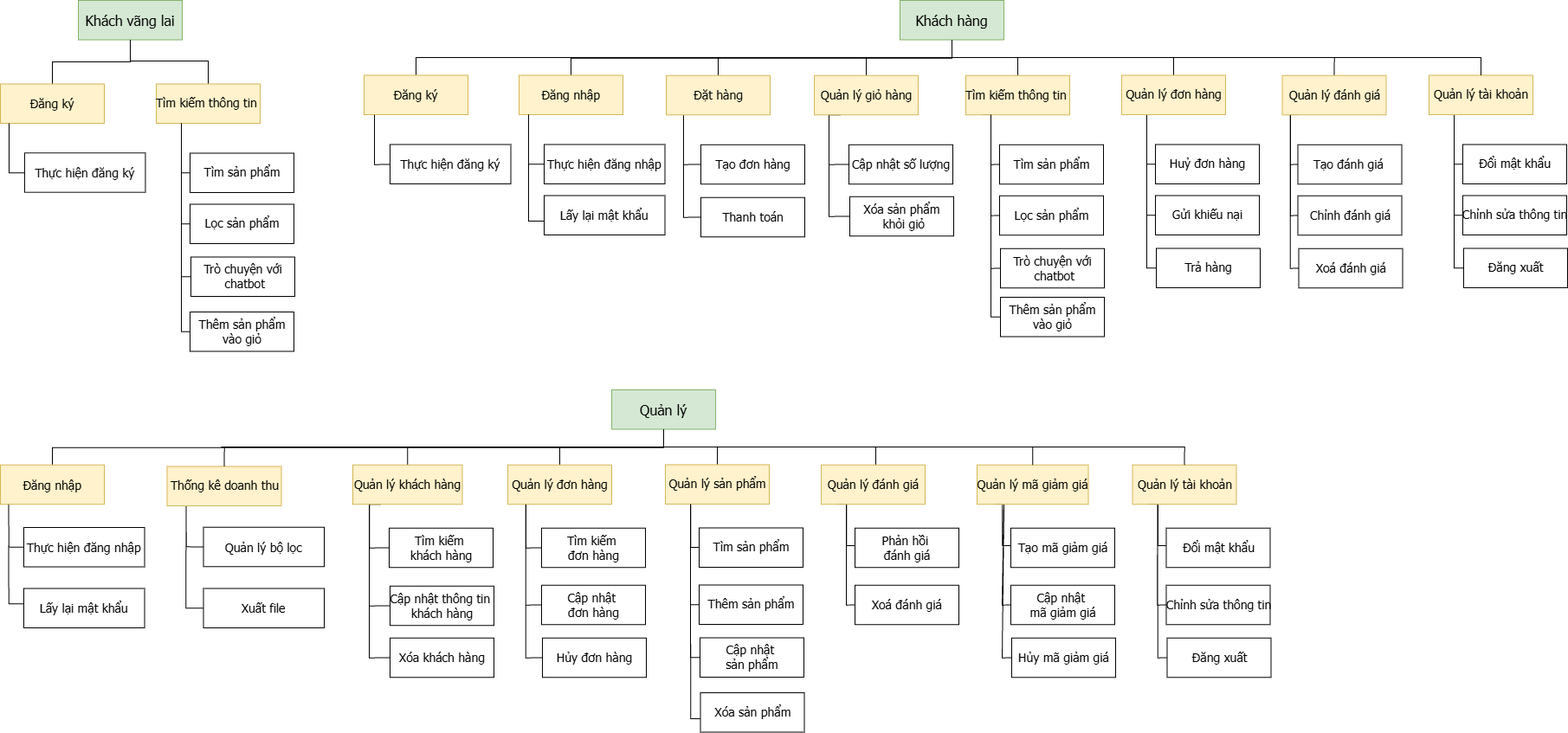
The draw.io diagram Doc/BFD.png in linhle123578/N2_Phat_Trien_Web, before a commit. Source tidied: cells renumbered, new cells last; positions are measured from the earlier drawing's top-left corner, leaving out a move shared by most shapes.
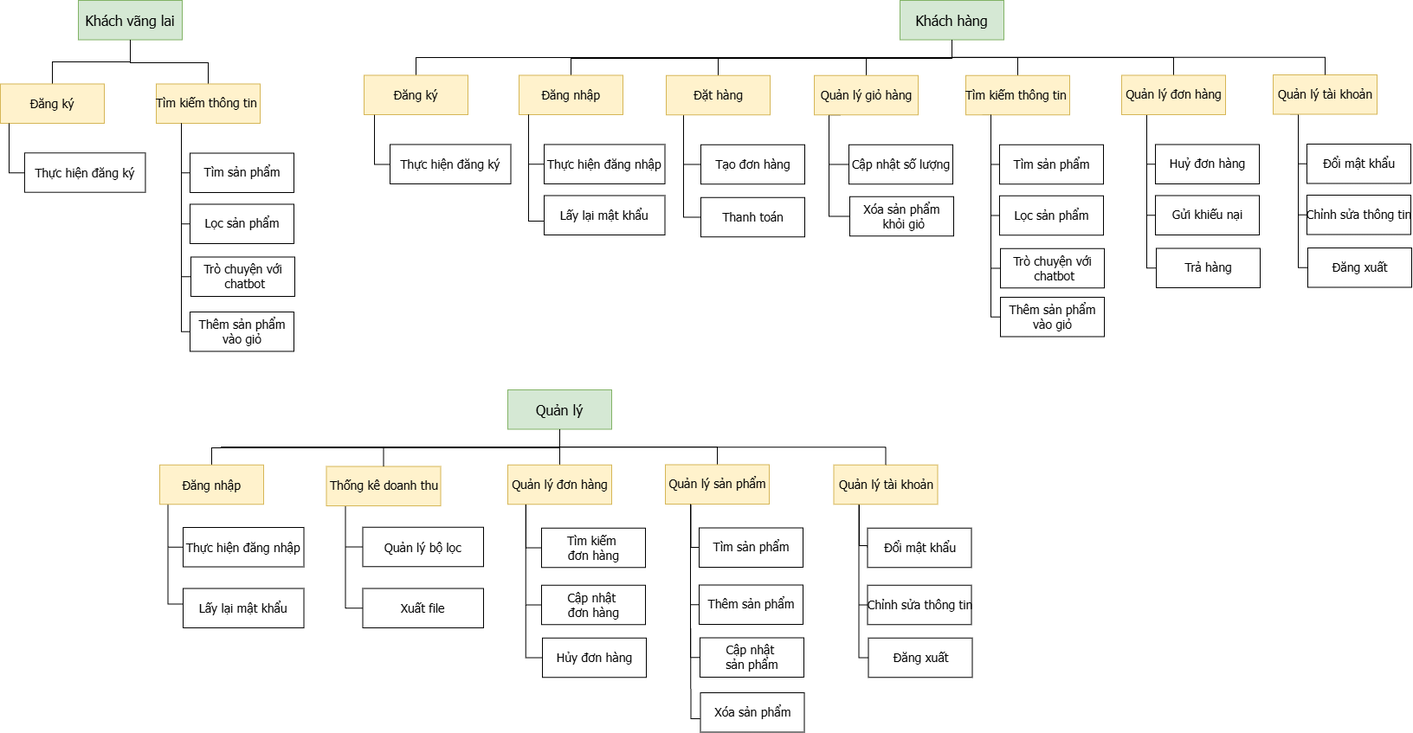
The same file after the commit.

Commit message:
Chỉnh BFD

Change to the diagram source:
```diff
@@ -19,5 +19,2 @@
     </mxCell>
-    <mxCell id="7" style="edgeStyle=orthogonalEdgeStyle;rounded=0;jettySize=auto;html=1;exitX=0.5;exitY=1;exitDx=0;exitDy=0;endArrow=none;endFill=0;entryX=0.5;entryY=0;entryDx=0;entryDy=0;" parent="1" edge="1" source="8" target="42">
-      <mxGeometry relative="1" as="geometry" />
-    </mxCell>
     <mxCell id="8" value="Khách hàng" style="rounded=0;fontStyle=0;fontFamily=Tahoma;fontSize=16;fillColor=#d5e8d4;strokeColor=#82b366;" parent="1" vertex="1">
@@ -156,36 +153,2 @@
     </mxCell>
-    <mxCell id="40" style="edgeStyle=orthogonalEdgeStyle;rounded=0;jettySize=auto;html=1;exitX=0.158;exitY=0.995;exitDx=0;exitDy=0;entryX=0;entryY=0.5;entryDx=0;entryDy=0;exitPerimeter=0;endArrow=none;endFill=0;" parent="1" edge="1" source="42" target="43">
-      <mxGeometry relative="1" as="geometry">
-        <Array as="points">
-          <mxPoint x="1490" y="132" />
-          <mxPoint x="1490" y="190" />
-        </Array>
-      </mxGeometry>
-    </mxCell>
-    <mxCell id="41" style="edgeStyle=orthogonalEdgeStyle;rounded=0;jettySize=auto;html=1;exitX=0.078;exitY=1.013;exitDx=0;exitDy=0;entryX=0;entryY=0.5;entryDx=0;entryDy=0;exitPerimeter=0;endArrow=none;endFill=0;" parent="1" edge="1" source="42" target="44">
-      <mxGeometry relative="1" as="geometry">
-        <Array as="points">
-          <mxPoint x="1490" y="248" />
-        </Array>
-      </mxGeometry>
-    </mxCell>
-    <mxCell id="42" value="Quản lý đánh giá" style="rounded=0;fontStyle=0;fontFamily=Tahoma;fontSize=14;verticalAlign=middle;html=1;fillColor=#fff2cc;strokeColor=#d6b656;" parent="1" vertex="1">
-      <mxGeometry x="1480.5" y="86.8" width="120" height="45.5" as="geometry" />
-    </mxCell>
-    <mxCell id="43" value="Tạo đánh giá&amp;nbsp;" style="rounded=0;fontStyle=0;fontFamily=Tahoma;fontSize=14;verticalAlign=middle;html=1;" parent="1" vertex="1">
-      <mxGeometry x="1498.5" y="166.8" width="120" height="45.5" as="geometry" />
-    </mxCell>
-    <mxCell id="44" value="Chỉnh đánh giá" style="rounded=0;fontStyle=0;fontFamily=Tahoma;fontSize=14;verticalAlign=middle;html=1;" parent="1" vertex="1">
-      <mxGeometry x="1498.5" y="225.8" width="120" height="45.5" as="geometry" />
-    </mxCell>
-    <mxCell id="45" style="rounded=0;jettySize=auto;html=1;entryX=0;entryY=0.5;entryDx=0;entryDy=0;endArrow=none;endFill=0;edgeStyle=orthogonalEdgeStyle;exitX=0.077;exitY=1.008;exitDx=0;exitDy=0;exitPerimeter=0;" parent="1" edge="1" source="42" target="46">
-      <mxGeometry relative="1" as="geometry">
-        <Array as="points">
-          <mxPoint x="1490" y="310" />
-        </Array>
-      </mxGeometry>
-    </mxCell>
-    <mxCell id="46" value="Xoá đánh giá" style="rounded=0;fontStyle=0;fontFamily=Tahoma;fontSize=14;verticalAlign=middle;html=1;" parent="1" vertex="1">
-      <mxGeometry x="1499.5" y="286.8" width="120" height="45.5" as="geometry" />
-    </mxCell>
     <mxCell id="47" style="edgeStyle=orthogonalEdgeStyle;rounded=0;jettySize=auto;html=1;exitX=0.158;exitY=0.995;exitDx=0;exitDy=0;entryX=0;entryY=0.5;entryDx=0;entryDy=0;exitPerimeter=0;endArrow=none;endFill=0;" parent="1" edge="1" source="49" target="50">
@@ -193,4 +156,4 @@
         <Array as="points">
-          <mxPoint x="1679" y="131.8" />
-          <mxPoint x="1679" y="188.8" />
+          <mxPoint x="1499" y="131.2" />
+          <mxPoint x="1499" y="188.2" />
         </Array>
@@ -201,3 +164,3 @@
         <Array as="points">
-          <mxPoint x="1679" y="248.8" />
+          <mxPoint x="1499" y="248.2" />
         </Array>
@@ -206,9 +169,9 @@
     <mxCell id="49" value="Quản lý tài khoản" style="rounded=0;fontStyle=0;fontFamily=Tahoma;fontSize=14;verticalAlign=middle;html=1;fillColor=#fff2cc;strokeColor=#d6b656;" parent="1" vertex="1">
-      <mxGeometry x="1650" y="86.5" width="120" height="45.5" as="geometry" />
+      <mxGeometry x="1470" y="86" width="120" height="45.5" as="geometry" />
     </mxCell>
     <mxCell id="50" value="Đổi mật khẩu" style="rounded=0;fontStyle=0;fontFamily=Tahoma;fontSize=14;verticalAlign=middle;html=1;" parent="1" vertex="1">
-      <mxGeometry x="1689" y="166.5" width="120" height="45.5" as="geometry" />
+      <mxGeometry x="1509" y="166" width="120" height="45.5" as="geometry" />
     </mxCell>
     <mxCell id="51" value="Chỉnh sửa thông tin" style="rounded=0;fontStyle=0;fontFamily=Tahoma;fontSize=14;verticalAlign=middle;html=1;" parent="1" vertex="1">
-      <mxGeometry x="1689" y="225.5" width="120" height="45.5" as="geometry" />
+      <mxGeometry x="1509" y="225" width="120" height="45.5" as="geometry" />
     </mxCell>
@@ -217,3 +180,3 @@
         <Array as="points">
-          <mxPoint x="1679" y="309.8" />
+          <mxPoint x="1499" y="309.2" />
         </Array>
@@ -222,3 +185,3 @@
     <mxCell id="53" value="Đăng xuất" style="rounded=0;fontStyle=0;fontFamily=Tahoma;fontSize=14;verticalAlign=middle;html=1;" parent="1" vertex="1">
-      <mxGeometry x="1690" y="286.5" width="120" height="45.5" as="geometry" />
+      <mxGeometry x="1510" y="286" width="120" height="45.5" as="geometry" />
     </mxCell>
@@ -227,5 +190,2 @@
     </mxCell>
-    <mxCell id="55" style="edgeStyle=orthogonalEdgeStyle;rounded=0;jettySize=auto;html=1;exitX=0.5;exitY=1;exitDx=0;exitDy=0;entryX=0.5;entryY=0;entryDx=0;entryDy=0;endArrow=none;endFill=0;" parent="1" edge="1" source="59" target="70">
-      <mxGeometry relative="1" as="geometry" />
-    </mxCell>
     <mxCell id="56" style="edgeStyle=orthogonalEdgeStyle;rounded=0;jettySize=auto;html=1;exitX=0.5;exitY=1;exitDx=0;exitDy=0;entryX=0.5;entryY=0;entryDx=0;entryDy=0;endArrow=none;endFill=0;" parent="1" edge="1" source="59" target="76">
@@ -236,7 +196,4 @@
     </mxCell>
-    <mxCell id="58" style="edgeStyle=orthogonalEdgeStyle;rounded=0;jettySize=auto;html=1;exitX=0.5;exitY=1;exitDx=0;exitDy=0;endArrow=none;endFill=0;entryX=0.524;entryY=0.005;entryDx=0;entryDy=0;entryPerimeter=0;" parent="1" edge="1" source="59" target="90">
-      <mxGeometry relative="1" as="geometry" />
-    </mxCell>
     <mxCell id="59" value="Quản lý" style="rounded=0;fontStyle=0;fontFamily=Tahoma;fontSize=16;fillColor=#d5e8d4;strokeColor=#82b366;" parent="1" vertex="1">
-      <mxGeometry x="706" y="450" width="120" height="45.5" as="geometry" />
+      <mxGeometry x="586" y="450" width="120" height="45.5" as="geometry" />
     </mxCell>
@@ -247,5 +204,5 @@
       <mxGeometry relative="1" as="geometry">
-        <mxPoint x="9.6" y="574.3" as="sourcePoint" />
+        <mxPoint x="193.6" y="574.3" as="sourcePoint" />
         <Array as="points">
-          <mxPoint x="10" y="632" />
+          <mxPoint x="194" y="632" />
         </Array>
@@ -254,6 +211,6 @@
     <mxCell id="62" value="Đăng nhập" style="rounded=0;fontStyle=0;fontFamily=Tahoma;fontSize=14;fillColor=#fff2cc;strokeColor=#d6b656;" parent="1" vertex="1">
-      <mxGeometry y="536.8" width="120" height="45.5" as="geometry" />
+      <mxGeometry x="184" y="536.8" width="120" height="45.5" as="geometry" />
     </mxCell>
     <mxCell id="63" value="Thực hiện đăng nhập" style="rounded=0;fontStyle=0;fontFamily=Tahoma;fontSize=14;" parent="1" vertex="1">
-      <mxGeometry x="27" y="609" width="139.5" height="45.5" as="geometry" />
+      <mxGeometry x="211" y="609" width="139.5" height="45.5" as="geometry" />
     </mxCell>
@@ -266,43 +223,4 @@
     <mxCell id="66" value="Thống kê doanh thu" style="rounded=0;fontStyle=0;fontFamily=Tahoma;fontSize=14;verticalAlign=middle;html=1;fillColor=#fff2cc;strokeColor=#d6b656;" parent="1" vertex="1">
-      <mxGeometry x="192.5" y="538.5" width="132" height="45.5" as="geometry" />
+      <mxGeometry x="376.5" y="538.5" width="132" height="45.5" as="geometry" />
     </mxCell>
-    <mxCell id="67" style="edgeStyle=orthogonalEdgeStyle;rounded=0;jettySize=auto;html=1;exitX=0.153;exitY=1.004;exitDx=0;exitDy=0;entryX=0;entryY=0.5;entryDx=0;entryDy=0;exitPerimeter=0;endArrow=none;endFill=0;" parent="1" edge="1" source="70">
-      <mxGeometry relative="1" as="geometry">
-        <mxPoint x="449" y="632.5" as="targetPoint" />
-        <Array as="points">
-          <mxPoint x="426.5" y="582" />
-          <mxPoint x="426.5" y="633" />
-        </Array>
-      </mxGeometry>
-    </mxCell>
-    <mxCell id="68" style="edgeStyle=orthogonalEdgeStyle;rounded=0;jettySize=auto;html=1;exitX=0.167;exitY=0.999;exitDx=0;exitDy=0;entryX=0;entryY=0.5;entryDx=0;entryDy=0;exitPerimeter=0;endArrow=none;endFill=0;" parent="1" edge="1" target="72">
-      <mxGeometry relative="1" as="geometry">
-        <mxPoint x="439" y="582.2" as="sourcePoint" />
-        <Array as="points">
-          <mxPoint x="426" y="582" />
-          <mxPoint x="426" y="699" />
-        </Array>
-      </mxGeometry>
-    </mxCell>
-    <mxCell id="69" style="edgeStyle=orthogonalEdgeStyle;rounded=0;jettySize=auto;html=1;exitX=0.167;exitY=0.995;exitDx=0;exitDy=0;entryX=0;entryY=0.5;entryDx=0;entryDy=0;endArrow=none;endFill=0;exitPerimeter=0;" parent="1" edge="1" target="73">
-      <mxGeometry relative="1" as="geometry">
-        <mxPoint x="439" y="582" as="sourcePoint" />
-        <Array as="points">
-          <mxPoint x="426" y="582" />
-          <mxPoint x="426" y="759" />
-        </Array>
-      </mxGeometry>
-    </mxCell>
-    <mxCell id="70" value="Quản lý khách hàng" style="rounded=0;fontStyle=0;fontFamily=Tahoma;fontSize=14;verticalAlign=middle;html=1;fillColor=#fff2cc;strokeColor=#d6b656;" parent="1" vertex="1">
-      <mxGeometry x="407" y="536.8" width="126.5" height="45.5" as="geometry" />
-    </mxCell>
-    <mxCell id="71" value="&lt;div&gt;Tìm kiếm&amp;nbsp;&lt;/div&gt;&lt;div&gt;khách hàng&lt;/div&gt;" style="rounded=0;fontStyle=0;fontFamily=Tahoma;fontSize=14;verticalAlign=middle;html=1;" parent="1" vertex="1">
-      <mxGeometry x="449" y="609.8" width="120" height="45.5" as="geometry" />
-    </mxCell>
-    <mxCell id="72" value="Cập nhật thông tin&amp;nbsp;&lt;div&gt;khách hàng&lt;/div&gt;" style="rounded=0;fontStyle=0;fontFamily=Tahoma;fontSize=14;verticalAlign=middle;html=1;" parent="1" vertex="1">
-      <mxGeometry x="450" y="676.8" width="120" height="45.5" as="geometry" />
-    </mxCell>
-    <mxCell id="73" value="Xóa khách hàng" style="rounded=0;fontStyle=0;fontFamily=Tahoma;fontSize=14;verticalAlign=middle;html=1;" parent="1" vertex="1">
-      <mxGeometry x="450" y="736.8" width="120" height="45.5" as="geometry" />
-    </mxCell>
     <mxCell id="74" style="edgeStyle=orthogonalEdgeStyle;rounded=0;orthogonalLoop=1;jettySize=auto;html=1;exitX=0.158;exitY=0.995;exitDx=0;exitDy=0;entryX=0;entryY=0.5;entryDx=0;entryDy=0;exitPerimeter=0;endArrow=none;endFill=0;" parent="1" edge="1">
@@ -377,13 +295,5 @@
     </mxCell>
-    <mxCell id="88" style="edgeStyle=orthogonalEdgeStyle;rounded=0;jettySize=auto;html=1;exitX=0.158;exitY=0.995;exitDx=0;exitDy=0;entryX=0;entryY=0.5;entryDx=0;entryDy=0;exitPerimeter=0;endArrow=none;endFill=0;" parent="1" edge="1" source="90" target="91">
-      <mxGeometry relative="1" as="geometry">
-        <Array as="points">
-          <mxPoint x="977.5" y="582" />
-          <mxPoint x="977.5" y="630" />
-          <mxPoint x="987.5" y="630" />
-        </Array>
-      </mxGeometry>
-    </mxCell>
-    <mxCell id="89" style="edgeStyle=orthogonalEdgeStyle;rounded=0;jettySize=auto;html=1;exitX=0.241;exitY=1.005;exitDx=0;exitDy=0;entryX=0;entryY=0.5;entryDx=0;entryDy=0;exitPerimeter=0;endArrow=none;endFill=0;" parent="1" edge="1" source="90" target="92">
+    <mxCell id="89" style="edgeStyle=orthogonalEdgeStyle;rounded=0;orthogonalLoop=1;jettySize=auto;html=1;exitX=0.241;exitY=1.005;exitDx=0;exitDy=0;entryX=0;entryY=0.5;entryDx=0;entryDy=0;exitPerimeter=0;endArrow=none;endFill=0;" parent="1" edge="1">
       <mxGeometry relative="1" as="geometry">
+        <mxPoint x="976.9" y="582.5" as="sourcePoint" />
         <Array as="points">
@@ -393,54 +303,7 @@
     </mxCell>
-    <mxCell id="90" value="Quản lý đánh giá" style="rounded=0;fontStyle=0;fontFamily=Tahoma;fontSize=14;verticalAlign=middle;html=1;fillColor=#fff2cc;strokeColor=#d6b656;" parent="1" vertex="1">
-      <mxGeometry x="948" y="536.8" width="120" height="45.5" as="geometry" />
-    </mxCell>
-    <mxCell id="91" value="&lt;div&gt;Phản hồi&amp;nbsp;&lt;/div&gt;&lt;div&gt;đánh giá&lt;/div&gt;" style="rounded=0;fontStyle=0;fontFamily=Tahoma;fontSize=14;verticalAlign=middle;html=1;" parent="1" vertex="1">
-      <mxGeometry x="987" y="609.8" width="120" height="45.5" as="geometry" />
-    </mxCell>
-    <mxCell id="92" value="Xoá đánh giá" style="rounded=0;fontStyle=0;fontFamily=Tahoma;fontSize=14;verticalAlign=middle;html=1;" parent="1" vertex="1">
-      <mxGeometry x="987" y="675.8" width="120" height="45.5" as="geometry" />
-    </mxCell>
-    <mxCell id="93" style="edgeStyle=orthogonalEdgeStyle;rounded=0;jettySize=auto;html=1;exitX=0.158;exitY=0.995;exitDx=0;exitDy=0;entryX=0;entryY=0.5;entryDx=0;entryDy=0;exitPerimeter=0;endArrow=none;endFill=0;" parent="1" edge="1" source="95" target="96">
-      <mxGeometry relative="1" as="geometry">
-        <Array as="points">
-          <mxPoint x="1157.5" y="582" />
-          <mxPoint x="1157.5" y="630" />
-          <mxPoint x="1167.5" y="630" />
-        </Array>
-      </mxGeometry>
-    </mxCell>
-    <mxCell id="94" style="edgeStyle=orthogonalEdgeStyle;rounded=0;jettySize=auto;html=1;exitX=0.241;exitY=1.005;exitDx=0;exitDy=0;entryX=0;entryY=0.5;entryDx=0;entryDy=0;exitPerimeter=0;endArrow=none;endFill=0;" parent="1" edge="1" source="95" target="97">
-      <mxGeometry relative="1" as="geometry">
-        <Array as="points">
-          <mxPoint x="1157" y="699" />
-        </Array>
-      </mxGeometry>
-    </mxCell>
-    <mxCell id="95" value="Quản lý mã giảm giá" style="rounded=0;fontStyle=0;fontFamily=Tahoma;fontSize=14;verticalAlign=middle;html=1;fillColor=#fff2cc;strokeColor=#d6b656;" parent="1" vertex="1">
-      <mxGeometry x="1128" y="536.8" width="128.5" height="45.5" as="geometry" />
-    </mxCell>
-    <mxCell id="96" value="Tạo mã giảm giá" style="rounded=0;fontStyle=0;fontFamily=Tahoma;fontSize=14;verticalAlign=middle;html=1;" parent="1" vertex="1">
-      <mxGeometry x="1167" y="609.8" width="120" height="45.5" as="geometry" />
-    </mxCell>
-    <mxCell id="97" value="&lt;div&gt;Cập nhật&amp;nbsp;&lt;/div&gt;&lt;div&gt;mã giảm giá&lt;/div&gt;" style="rounded=0;fontStyle=0;fontFamily=Tahoma;fontSize=14;verticalAlign=middle;html=1;" parent="1" vertex="1">
-      <mxGeometry x="1167" y="675.8" width="120" height="45.5" as="geometry" />
-    </mxCell>
-    <mxCell id="98" style="rounded=0;jettySize=auto;html=1;entryX=0;entryY=0.5;entryDx=0;entryDy=0;endArrow=none;endFill=0;edgeStyle=orthogonalEdgeStyle;exitX=0.242;exitY=1.021;exitDx=0;exitDy=0;exitPerimeter=0;" parent="1" edge="1" source="95" target="99">
-      <mxGeometry relative="1" as="geometry">
-        <Array as="points">
-          <mxPoint x="1157" y="760" />
-        </Array>
-      </mxGeometry>
-    </mxCell>
-    <mxCell id="99" value="Hủy mã giảm giá" style="rounded=0;fontStyle=0;fontFamily=Tahoma;fontSize=14;verticalAlign=middle;html=1;" parent="1" vertex="1">
-      <mxGeometry x="1168" y="736.8" width="120" height="45.5" as="geometry" />
-    </mxCell>
-    <mxCell id="100" style="edgeStyle=orthogonalEdgeStyle;rounded=0;jettySize=auto;html=1;exitX=0.5;exitY=1;exitDx=0;exitDy=0;endArrow=none;endFill=0;entryX=0.5;entryY=0;entryDx=0;entryDy=0;" parent="1" edge="1" source="59" target="95">
-      <mxGeometry relative="1" as="geometry" />
-    </mxCell>
     <mxCell id="101" style="edgeStyle=orthogonalEdgeStyle;rounded=0;jettySize=auto;html=1;entryX=0;entryY=0.5;entryDx=0;entryDy=0;endArrow=none;endFill=0;" parent="1" edge="1" target="102">
       <mxGeometry relative="1" as="geometry">
-        <mxPoint x="9.5" y="630" as="sourcePoint" />
+        <mxPoint x="193.5" y="630" as="sourcePoint" />
         <Array as="points">
-          <mxPoint x="10" y="697.5" />
+          <mxPoint x="194" y="697.5" />
         </Array>
@@ -449,9 +312,9 @@
     <mxCell id="102" value="Lấy lại mật khẩu" style="rounded=0;fontStyle=0;fontFamily=Tahoma;fontSize=14;" parent="1" vertex="1">
-      <mxGeometry x="27" y="679.5" width="139.5" height="45.5" as="geometry" />
+      <mxGeometry x="211" y="679.5" width="139.5" height="45.5" as="geometry" />
     </mxCell>
     <mxCell id="103" value="Quản lý bộ lọc" style="rounded=0;fontStyle=0;fontFamily=Tahoma;fontSize=14;" parent="1" vertex="1">
-      <mxGeometry x="234.5" y="608.8" width="139.5" height="45.5" as="geometry" />
+      <mxGeometry x="418.5" y="608.8" width="139.5" height="45.5" as="geometry" />
     </mxCell>
     <mxCell id="104" value="Xuất file" style="rounded=0;fontStyle=0;fontFamily=Tahoma;fontSize=14;" parent="1" vertex="1">
-      <mxGeometry x="234.5" y="679.5" width="139.5" height="45.5" as="geometry" />
+      <mxGeometry x="418.5" y="679.5" width="139.5" height="45.5" as="geometry" />
     </mxCell>
@@ -482,5 +345,5 @@
         <Array as="points">
-          <mxPoint x="1337" y="582" />
-          <mxPoint x="1337" y="630" />
-          <mxPoint x="1347" y="630" />
+          <mxPoint x="992" y="582" />
+          <mxPoint x="992" y="630" />
+          <mxPoint x="1002" y="630" />
         </Array>
@@ -491,3 +354,3 @@
         <Array as="points">
-          <mxPoint x="1336.5" y="699" />
+          <mxPoint x="991.5" y="699" />
         </Array>
@@ -496,9 +359,9 @@
     <mxCell id="110" value="Quản lý tài khoản" style="rounded=0;fontStyle=0;fontFamily=Tahoma;fontSize=14;verticalAlign=middle;html=1;fillColor=#fff2cc;strokeColor=#d6b656;" parent="1" vertex="1">
-      <mxGeometry x="1307.5" y="536.8" width="120" height="45.5" as="geometry" />
+      <mxGeometry x="962.5" y="536.8" width="120" height="45.5" as="geometry" />
     </mxCell>
     <mxCell id="111" value="Đổi mật khẩu" style="rounded=0;fontStyle=0;fontFamily=Tahoma;fontSize=14;verticalAlign=middle;html=1;" parent="1" vertex="1">
-      <mxGeometry x="1346.5" y="609.8" width="120" height="45.5" as="geometry" />
+      <mxGeometry x="1001.5" y="609.8" width="120" height="45.5" as="geometry" />
     </mxCell>
     <mxCell id="112" value="Chỉnh sửa thông tin" style="rounded=0;fontStyle=0;fontFamily=Tahoma;fontSize=14;verticalAlign=middle;html=1;" parent="1" vertex="1">
-      <mxGeometry x="1346.5" y="675.8" width="120" height="45.5" as="geometry" />
+      <mxGeometry x="1001.5" y="675.8" width="120" height="45.5" as="geometry" />
     </mxCell>
@@ -507,3 +370,3 @@
         <Array as="points">
-          <mxPoint x="1336.5" y="760" />
+          <mxPoint x="991.5" y="760" />
         </Array>
@@ -512,3 +375,3 @@
     <mxCell id="114" value="Đăng xuất" style="rounded=0;fontStyle=0;fontFamily=Tahoma;fontSize=14;verticalAlign=middle;html=1;" parent="1" vertex="1">
-      <mxGeometry x="1347.5" y="736.8" width="120" height="45.5" as="geometry" />
+      <mxGeometry x="1002.5" y="736.8" width="120" height="45.5" as="geometry" />
     </mxCell>
```
